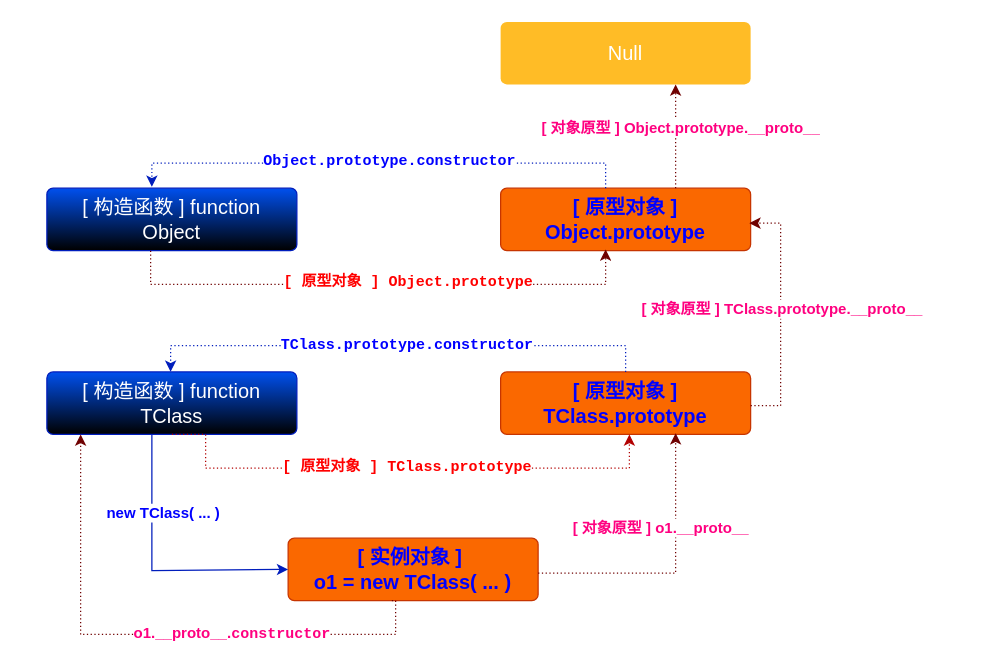
Above: docs/wwwroot/DocUML/o1.0.0.drawio in pl06972515/QDOCS2 (draw.io), before the change. Source tidied: cells renumbered, new cells numbered last; positions are measured from the earlier drawing's top-left corner, leaving out a move shared by most shapes. Both pictures are drawn from the tidied source at 125%, with x=0, y=0 at pixel (46, 21).
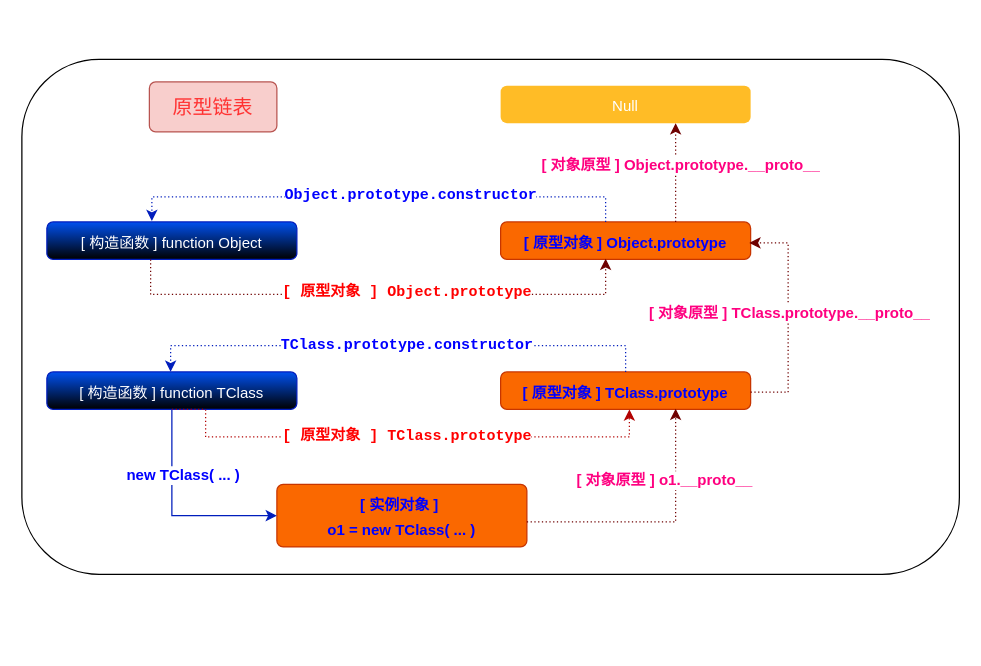
The same diagram, later.

Unchanged cells that the change refers to:
```xml
<mxCell id="19" style="edgeStyle=orthogonalEdgeStyle;rounded=0;jettySize=auto;html=1;entryX=0.42;entryY=-0.02;entryDx=0;entryDy=0;entryPerimeter=0;exitX=0.42;exitY=0;exitDx=0;exitDy=0;exitPerimeter=0;dashed=1;dashPattern=1 2;fillColor=#0050ef;strokeColor=#001DBC;" parent="1" edge="1" source="15" target="18">
  <mxGeometry relative="1" as="geometry" />
</mxCell>
```

Change to the diagram source:
```diff
@@
+    <mxCell id="26" style="rounded=1;whiteSpace=wrap;html=1;" parent="1" vertex="1">
+      <mxGeometry x="-20" y="30" width="750" height="412" as="geometry" />
+    </mxCell>
-    <mxCell id="2" value="[ 构造函数 ] function TClass" style="html=1;shadow=0;dashed=0;shape=mxgraph.bootstrap.rrect;rSize=5;strokeColor=#001DBC;strokeWidth=1;fillColor=#0050ef;fontColor=#ffffff;whiteSpace=wrap;align=center;verticalAlign=middle;spacingLeft=0;fontStyle=0;fontSize=16;spacing=5;gradientColor=default;" parent="1" vertex="1">
-      <mxGeometry y="280" width="200" height="50" as="geometry" />
+    <mxCell id="2" value="&lt;font style=&quot;font-size: 12px;&quot;&gt;[ 构造函数 ] function TClass&lt;/font&gt;" style="html=1;shadow=0;dashed=0;shape=mxgraph.bootstrap.rrect;rSize=5;strokeColor=#001DBC;strokeWidth=1;fillColor=#0050ef;fontColor=#ffffff;whiteSpace=wrap;align=center;verticalAlign=middle;spacingLeft=0;fontStyle=0;fontSize=16;spacing=5;gradientColor=default;" parent="1" vertex="1">
+      <mxGeometry y="280" width="200" height="30" as="geometry" />
     </mxCell>
-    <mxCell id="3" value="&lt;font style=&quot;color: rgb(0, 0, 255);&quot;&gt;&lt;b&gt;[ 原型对象 ] TClass.prototype&lt;/b&gt;&lt;/font&gt;" style="html=1;shadow=0;dashed=0;shape=mxgraph.bootstrap.rrect;rSize=5;strokeColor=#C73500;strokeWidth=1;fillColor=#fa6800;fontColor=#000000;whiteSpace=wrap;align=center;verticalAlign=middle;spacingLeft=0;fontStyle=0;fontSize=16;spacing=5;gradientColor=none;" parent="1" vertex="1">
-      <mxGeometry x="363" y="280" width="200" height="50" as="geometry" />
+    <mxCell id="3" value="&lt;font style=&quot;color: rgb(0, 0, 255); font-size: 12px;&quot;&gt;&lt;b style=&quot;&quot;&gt;[ 原型对象 ] TClass.prototype&lt;/b&gt;&lt;/font&gt;" style="html=1;shadow=0;dashed=0;shape=mxgraph.bootstrap.rrect;rSize=5;strokeColor=#C73500;strokeWidth=1;fillColor=#fa6800;fontColor=#000000;whiteSpace=wrap;align=center;verticalAlign=middle;spacingLeft=0;fontStyle=0;fontSize=16;spacing=5;gradientColor=none;" parent="1" vertex="1">
+      <mxGeometry x="363" y="280" width="200" height="30" as="geometry" />
     </mxCell>
     <mxCell id="4" style="edgeStyle=orthogonalEdgeStyle;rounded=0;jettySize=auto;html=1;entryX=0.515;entryY=1;entryDx=0;entryDy=0;entryPerimeter=0;exitX=0.5;exitY=1;exitDx=0;exitDy=0;exitPerimeter=0;dashed=1;dashPattern=1 2;fillColor=#e51400;strokeColor=#B20000;" parent="1" edge="1" source="2" target="3">
       <mxGeometry relative="1" as="geometry">
         <Array as="points">
-          <mxPoint x="127" y="357" />
-          <mxPoint x="466" y="357" />
+          <mxPoint x="127" y="310" />
+          <mxPoint x="127" y="332" />
+          <mxPoint x="466" y="332" />
         </Array>
       </mxGeometry>
     </mxCell>
@@
-    <mxCell id="8" value="&lt;font style=&quot;color: rgb(0, 0, 255);&quot;&gt;&lt;b&gt;[ 实例对象 ]&amp;nbsp;&lt;/b&gt;&lt;/font&gt;&lt;div&gt;&lt;font style=&quot;color: rgb(0, 0, 255);&quot;&gt;&lt;b&gt;o1 = new TClass( ... )&lt;/b&gt;&lt;/font&gt;&lt;/div&gt;" style="html=1;shadow=0;dashed=0;shape=mxgraph.bootstrap.rrect;rSize=5;strokeColor=#C73500;strokeWidth=1;fillColor=#fa6800;fontColor=#000000;whiteSpace=wrap;align=center;verticalAlign=middle;spacingLeft=0;fontStyle=0;fontSize=16;spacing=5;gradientColor=none;" parent="1" vertex="1">
-      <mxGeometry x="193" y="413" width="200" height="50" as="geometry" />
+    <mxCell id="8" value="&lt;font style=&quot;color: rgb(0, 0, 255); font-size: 12px;&quot;&gt;&lt;b style=&quot;&quot;&gt;[ 实例对象 ]&amp;nbsp;&lt;/b&gt;&lt;/font&gt;&lt;div&gt;&lt;font style=&quot;color: rgb(0, 0, 255); font-size: 12px;&quot;&gt;&lt;b style=&quot;&quot;&gt;o1 = new TClass( ... )&lt;/b&gt;&lt;/font&gt;&lt;/div&gt;" style="html=1;shadow=0;dashed=0;shape=mxgraph.bootstrap.rrect;rSize=5;strokeColor=#C73500;strokeWidth=1;fillColor=#fa6800;fontColor=#000000;whiteSpace=wrap;align=center;verticalAlign=middle;spacingLeft=0;fontStyle=0;fontSize=16;spacing=5;gradientColor=none;" parent="1" vertex="1">
+      <mxGeometry x="184" y="370" width="200" height="50" as="geometry" />
     </mxCell>
     <mxCell id="9" style="edgeStyle=orthogonalEdgeStyle;rounded=0;jettySize=auto;html=1;entryX=0.7;entryY=0.98;entryDx=0;entryDy=0;entryPerimeter=0;dashed=1;dashPattern=1 2;fillColor=#a20025;strokeColor=#6F0000;" parent="1" edge="1" source="8" target="3">
       <mxGeometry relative="1" as="geometry">
         <Array as="points">
-          <mxPoint x="503" y="441" />
+          <mxPoint x="503" y="400" />
         </Array>
       </mxGeometry>
     </mxCell>
     <mxCell id="10" value="&lt;font style=&quot;color: rgb(255, 0, 128); font-size: 12px;&quot;&gt;&lt;b&gt;[ 对象原型 ] o1.__proto__&lt;/b&gt;&lt;/font&gt;" style="edgeLabel;html=1;align=center;verticalAlign=middle;" parent="9" vertex="1">
       <mxGeometry x="-0.37" relative="1" as="geometry">
-        <mxPoint x="27" y="-37" as="offset" />
+        <mxPoint x="43" y="-34" as="offset" />
       </mxGeometry>
     </mxCell>
     <mxCell id="11" style="edgeStyle=orthogonalEdgeStyle;rounded=0;jettySize=auto;html=1;entryX=0;entryY=0.5;entryDx=0;entryDy=0;entryPerimeter=0;fillColor=#0050ef;strokeColor=#001DBC;" parent="1" edge="1" source="2" target="8">
-      <mxGeometry relative="1" as="geometry">
-        <Array as="points">
-          <mxPoint x="84" y="439" />
-        </Array>
-      </mxGeometry>
+      <mxGeometry relative="1" as="geometry" />
     </mxCell>
     <mxCell id="12" value="&lt;font style=&quot;color: rgb(0, 0, 255); font-size: 12px;&quot;&gt;&lt;b&gt;new TClass( ... )&lt;/b&gt;&lt;/font&gt;" style="edgeLabel;html=1;align=center;verticalAlign=middle;" parent="11" vertex="1">
       <mxGeometry x="-0.26" y="-2" relative="1" as="geometry">
-        <mxPoint x="10" y="-19" as="offset" />
+        <mxPoint x="10" y="-11" as="offset" />
       </mxGeometry>
     </mxCell>
-    <mxCell id="13" style="edgeStyle=orthogonalEdgeStyle;rounded=0;jettySize=auto;html=1;dashed=1;dashPattern=1 2;fillColor=#a20025;strokeColor=#6F0000;" parent="1" edge="1" target="2">
-      <mxGeometry relative="1" as="geometry">
-        <mxPoint x="276" y="463" as="sourcePoint" />
-        <Array as="points">
-          <mxPoint x="279" y="463" />
-          <mxPoint x="279" y="490" />
-          <mxPoint x="27" y="490" />
-        </Array>
-      </mxGeometry>
-    </mxCell>
-    <mxCell id="14" value="&lt;font&gt;&lt;b style=&quot;color: rgb(255, 0, 128); font-size: 12px;&quot;&gt;o1.__proto__.&lt;/b&gt;&lt;b style=&quot;font-family: Consolas, &amp;quot;Courier New&amp;quot;, monospace; font-size: 12px; white-space-collapse: preserve;&quot;&gt;&lt;font style=&quot;color: rgb(255, 0, 128);&quot;&gt;constructor&lt;/font&gt;&lt;/b&gt;&lt;/font&gt;" style="edgeLabel;html=1;align=center;verticalAlign=middle;" parent="13" vertex="1">
-      <mxGeometry x="-0.19" y="1" relative="1" as="geometry">
-        <mxPoint x="17" y="-3" as="offset" />
-      </mxGeometry>
-    </mxCell>
-    <mxCell id="15" value="&lt;font style=&quot;color: rgb(0, 0, 255);&quot;&gt;&lt;b&gt;[ 原型对象 ] Object.prototype&lt;/b&gt;&lt;/font&gt;" style="html=1;shadow=0;dashed=0;shape=mxgraph.bootstrap.rrect;rSize=5;strokeColor=#C73500;strokeWidth=1;fillColor=#fa6800;fontColor=#000000;whiteSpace=wrap;align=center;verticalAlign=middle;spacingLeft=0;fontStyle=0;fontSize=16;spacing=5;gradientColor=none;" parent="1" vertex="1">
-      <mxGeometry x="363" y="133" width="200" height="50" as="geometry" />
+    <mxCell id="15" value="&lt;font style=&quot;color: rgb(0, 0, 255); font-size: 12px;&quot;&gt;&lt;b style=&quot;&quot;&gt;[ 原型对象 ] Object.prototype&lt;/b&gt;&lt;/font&gt;" style="html=1;shadow=0;dashed=0;shape=mxgraph.bootstrap.rrect;rSize=5;strokeColor=#C73500;strokeWidth=1;fillColor=#fa6800;fontColor=#000000;whiteSpace=wrap;align=center;verticalAlign=middle;spacingLeft=0;fontStyle=0;fontSize=16;spacing=5;gradientColor=none;" parent="1" vertex="1">
+      <mxGeometry x="363" y="160" width="200" height="30" as="geometry" />
     </mxCell>
     <mxCell id="16" style="edgeStyle=orthogonalEdgeStyle;rounded=0;jettySize=auto;html=1;entryX=0.995;entryY=0.56;entryDx=0;entryDy=0;entryPerimeter=0;exitX=1;exitY=0.54;exitDx=0;exitDy=0;exitPerimeter=0;fillColor=#a20025;strokeColor=#6F0000;dashed=1;dashPattern=1 2;" parent="1" edge="1" source="3" target="15">
       <mxGeometry relative="1" as="geometry">
         <Array as="points">
-          <mxPoint x="587" y="307" />
-          <mxPoint x="587" y="161" />
+          <mxPoint x="593" y="296" />
+          <mxPoint x="593" y="177" />
         </Array>
       </mxGeometry>
     </mxCell>
@@
-    <mxCell id="18" value="[ 构造函数 ] function Object" style="html=1;shadow=0;dashed=0;shape=mxgraph.bootstrap.rrect;rSize=5;strokeColor=#001DBC;strokeWidth=1;fillColor=#0050ef;fontColor=#ffffff;whiteSpace=wrap;align=center;verticalAlign=middle;spacingLeft=0;fontStyle=0;fontSize=16;spacing=5;gradientColor=default;" parent="1" vertex="1">
-      <mxGeometry y="133" width="200" height="50" as="geometry" />
+    <mxCell id="18" value="&lt;font style=&quot;font-size: 12px;&quot;&gt;[ 构造函数 ] function Object&lt;/font&gt;" style="html=1;shadow=0;dashed=0;shape=mxgraph.bootstrap.rrect;rSize=5;strokeColor=#001DBC;strokeWidth=1;fillColor=#0050ef;fontColor=#ffffff;whiteSpace=wrap;align=center;verticalAlign=middle;spacingLeft=0;fontStyle=0;fontSize=16;spacing=5;gradientColor=default;" parent="1" vertex="1">
+      <mxGeometry y="160" width="200" height="30" as="geometry" />
     </mxCell>
@@
     <mxCell id="20" value="&lt;b style=&quot;white-space-collapse: preserve; color: rgb(0, 0, 255); font-family: Consolas, &amp;quot;Courier New&amp;quot;, monospace; font-size: 12px;&quot;&gt;Object.prototype.constructor&lt;/b&gt;" style="edgeLabel;html=1;align=center;verticalAlign=middle;" parent="19" vertex="1">
       <mxGeometry x="-0.12" y="-1" relative="1" as="geometry">
-        <mxPoint x="-17" y="-1" as="offset" />
+        <mxPoint y="-1" as="offset" />
       </mxGeometry>
     </mxCell>
-    <mxCell id="21" value="Null" style="html=1;shadow=0;dashed=0;shape=mxgraph.bootstrap.rrect;rSize=5;strokeColor=none;strokeWidth=1;fillColor=#FFBC26;fontColor=#FFFFFF;whiteSpace=wrap;align=center;verticalAlign=middle;spacingLeft=0;fontStyle=0;fontSize=16;spacing=5;" parent="1" vertex="1">
-      <mxGeometry x="363" width="200" height="50" as="geometry" />
+    <mxCell id="21" value="&lt;font style=&quot;font-size: 12px;&quot;&gt;Null&lt;/font&gt;" style="html=1;shadow=0;dashed=0;shape=mxgraph.bootstrap.rrect;rSize=5;strokeColor=none;strokeWidth=1;fillColor=#FFBC26;fontColor=#FFFFFF;whiteSpace=wrap;align=center;verticalAlign=middle;spacingLeft=0;fontStyle=0;fontSize=16;spacing=5;" parent="1" vertex="1">
+      <mxGeometry x="363" y="51" width="200" height="30" as="geometry" />
     </mxCell>
@@
     <mxCell id="24" style="edgeStyle=orthogonalEdgeStyle;rounded=0;jettySize=auto;html=1;entryX=0.42;entryY=0.98;entryDx=0;entryDy=0;entryPerimeter=0;fillColor=#a20025;strokeColor=#6F0000;dashed=1;dashPattern=1 2;" parent="1" edge="1" source="18" target="15">
       <mxGeometry relative="1" as="geometry">
         <Array as="points">
-          <mxPoint x="83" y="210" />
-          <mxPoint x="447" y="210" />
+          <mxPoint x="83" y="218" />
+          <mxPoint x="447" y="218" />
         </Array>
       </mxGeometry>
     </mxCell>
@@
+    <mxCell id="27" value="&lt;font style=&quot;color: rgb(255, 51, 51);&quot;&gt;原型链表&lt;/font&gt;" style="html=1;shadow=0;dashed=0;shape=mxgraph.bootstrap.rrect;rSize=5;strokeColor=#b85450;strokeWidth=1;fillColor=#f8cecc;whiteSpace=wrap;align=center;verticalAlign=middle;spacingLeft=0;fontStyle=0;fontSize=16;spacing=5;" parent="1" vertex="1">
+      <mxGeometry x="82" y="48" width="102" height="40" as="geometry" />
+    </mxCell>
```
